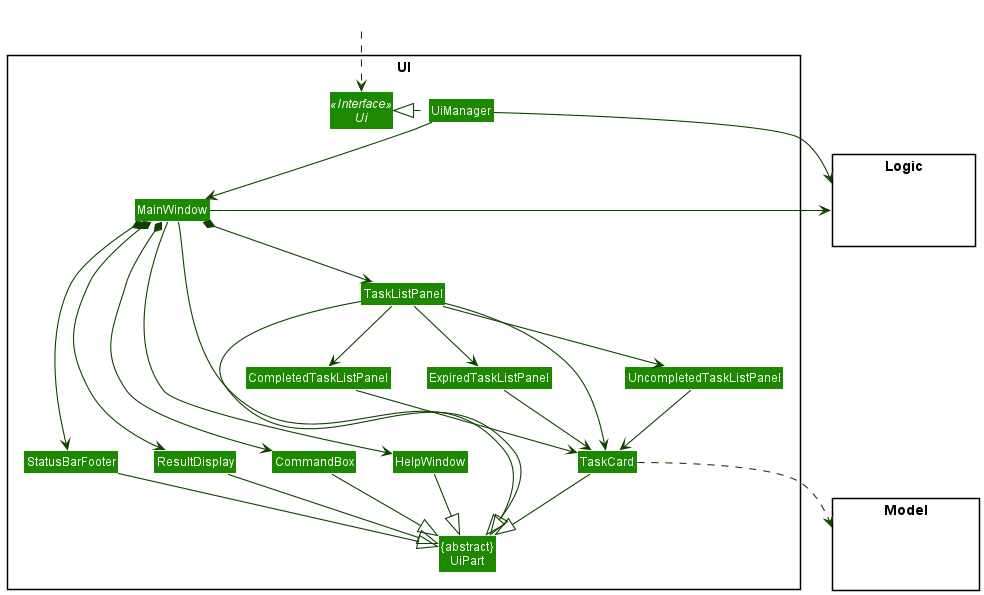
Above: docs/images/UiClassDiagram.png in nus-cs2103-AY2021S2/tp (PlantUML), before the change.
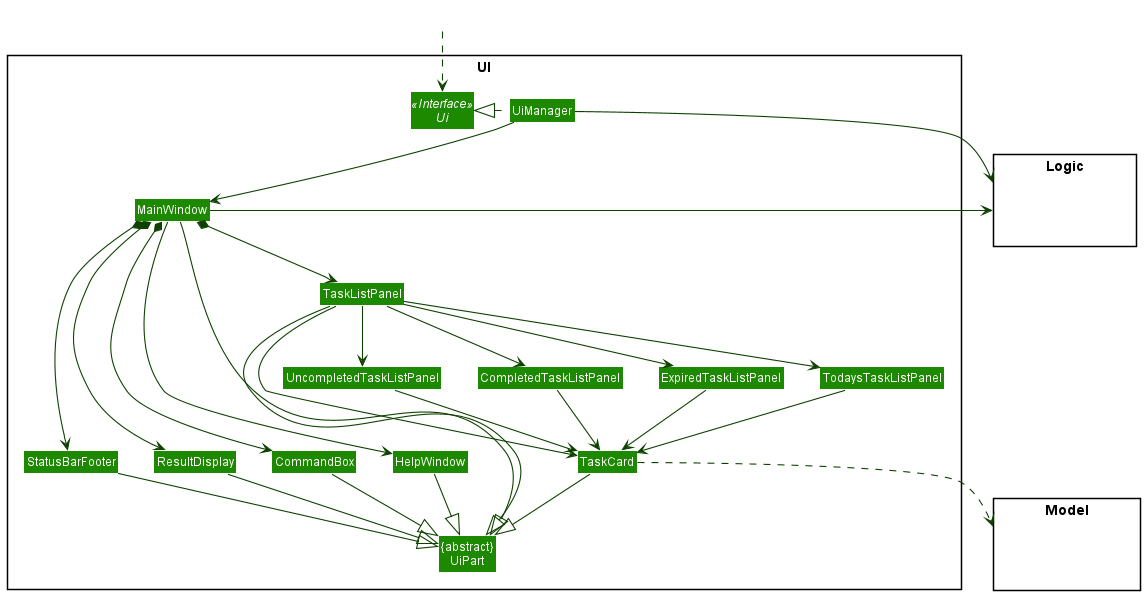
After the commit.

Commit message:
Modify UiClassDiagram to include TodaysTaskListPanel

Change to the diagram source:
```diff
@@ -14,7 +14,8 @@
 Class TaskListPanel
 Class UncompletedTaskListPanel
 Class CompletedTaskListPanel
-class ExpiredTaskListPanel
+Class ExpiredTaskListPanel
+Class TodaysTaskListPanel
 Class TaskCard
 Class StatusBarFooter
 Class CommandBox
@@ -43,9 +44,11 @@
 TaskListPanel -down-> CompletedTaskListPanel
 TaskListPanel -down-> UncompletedTaskListPanel
 TaskListPanel -down-> ExpiredTaskListPanel
+TaskListPanel -down-> TodaysTaskListPanel
 UncompletedTaskListPanel -down-> TaskCard
 CompletedTaskListPanel -down-> TaskCard
 ExpiredTaskListPanel -down-> TaskCard
+TodaysTaskListPanel -down-> TaskCard
 
 MainWindow -left-|> UiPart
 
```
